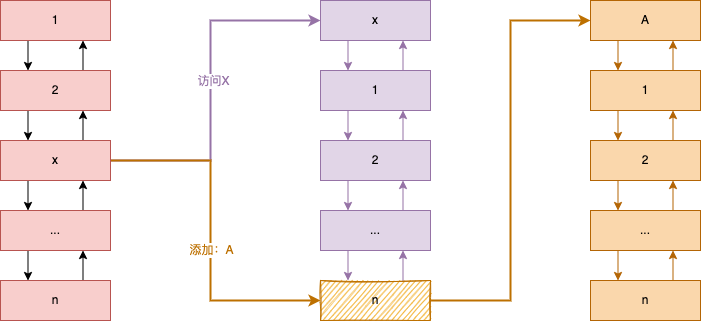
Above: LRU.png in 845642761/diagram (draw.io), before the change. Source tidied: cells renumbered, new cells last; positions are measured from the earlier drawing's top-left corner, leaving out a move shared by most shapes.
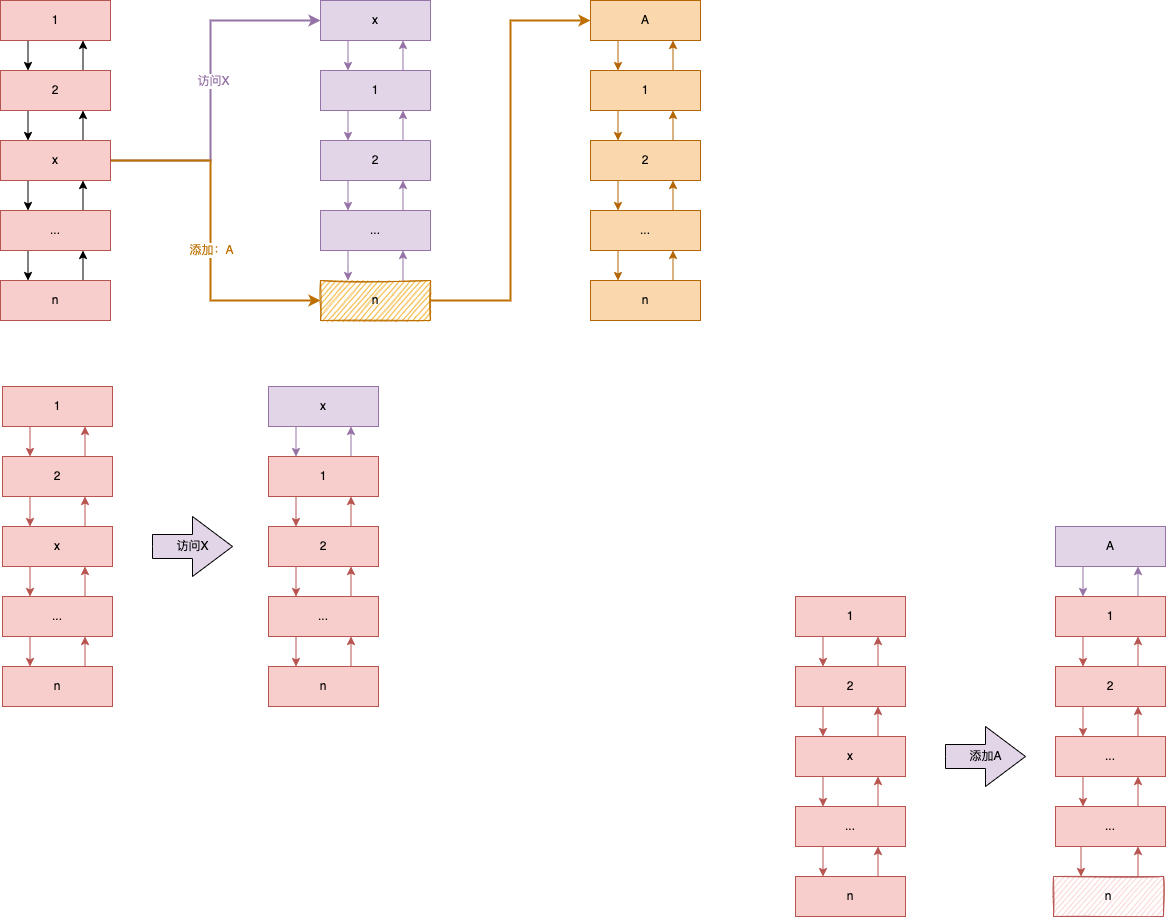
Above is the later version.

The edit, as a diff of the source:
```diff
@@ -1,4 +1,4 @@
-<mxGraphModel>
+<mxGraphModel background="#ffffff">
   <root>
     <mxCell id="0" />
     <mxCell id="1" parent="0" />
@@ -146,5 +146,176 @@
     <mxCell id="45" value="1" style="rounded=0;whiteSpace=wrap;html=1;fillColor=#fad7ac;strokeColor=#b46504;" parent="1" vertex="1">
       <mxGeometry x="590" y="70" width="110" height="40" as="geometry" />
     </mxCell>
+    <mxCell id="46" style="edgeStyle=orthogonalEdgeStyle;rounded=0;jettySize=auto;html=1;exitX=0.25;exitY=1;exitDx=0;exitDy=0;entryX=0.25;entryY=0;entryDx=0;entryDy=0;fillColor=#f8cecc;strokeColor=#b85450;" parent="1" edge="1" source="47" target="58">
+      <mxGeometry relative="1" as="geometry" />
+    </mxCell>
+    <mxCell id="47" value="1" style="rounded=0;whiteSpace=wrap;html=1;fillColor=#f8cecc;strokeColor=#b85450;sketch=0;" parent="1" vertex="1">
+      <mxGeometry x="2" y="386" width="110" height="40" as="geometry" />
+    </mxCell>
+    <mxCell id="48" style="edgeStyle=orthogonalEdgeStyle;rounded=0;jettySize=auto;html=1;exitX=0.75;exitY=0;exitDx=0;exitDy=0;entryX=0.75;entryY=1;entryDx=0;entryDy=0;fillColor=#f8cecc;strokeColor=#b85450;" parent="1" edge="1" source="49" target="52">
+      <mxGeometry relative="1" as="geometry" />
+    </mxCell>
+    <mxCell id="49" value="n" style="rounded=0;whiteSpace=wrap;html=1;fillColor=#f8cecc;strokeColor=#b85450;sketch=0;" parent="1" vertex="1">
+      <mxGeometry x="2" y="666" width="110" height="40" as="geometry" />
+    </mxCell>
+    <mxCell id="50" style="edgeStyle=orthogonalEdgeStyle;rounded=0;jettySize=auto;html=1;exitX=0.75;exitY=0;exitDx=0;exitDy=0;entryX=0.75;entryY=1;entryDx=0;entryDy=0;fillColor=#f8cecc;strokeColor=#b85450;" parent="1" edge="1" source="52" target="55">
+      <mxGeometry relative="1" as="geometry" />
+    </mxCell>
+    <mxCell id="51" style="edgeStyle=orthogonalEdgeStyle;rounded=0;jettySize=auto;html=1;exitX=0.25;exitY=1;exitDx=0;exitDy=0;entryX=0.25;entryY=0;entryDx=0;entryDy=0;fillColor=#f8cecc;strokeColor=#b85450;" parent="1" edge="1" source="52" target="49">
+      <mxGeometry relative="1" as="geometry" />
+    </mxCell>
+    <mxCell id="52" value="..." style="rounded=0;whiteSpace=wrap;html=1;fillColor=#f8cecc;strokeColor=#b85450;" parent="1" vertex="1">
+      <mxGeometry x="2" y="596" width="110" height="40" as="geometry" />
+    </mxCell>
+    <mxCell id="53" style="edgeStyle=orthogonalEdgeStyle;rounded=0;jettySize=auto;html=1;exitX=0.75;exitY=0;exitDx=0;exitDy=0;entryX=0.75;entryY=1;entryDx=0;entryDy=0;fillColor=#f8cecc;strokeColor=#b85450;" parent="1" edge="1" source="55" target="58">
+      <mxGeometry relative="1" as="geometry" />
+    </mxCell>
+    <mxCell id="54" style="edgeStyle=orthogonalEdgeStyle;rounded=0;jettySize=auto;html=1;exitX=0.25;exitY=1;exitDx=0;exitDy=0;entryX=0.25;entryY=0;entryDx=0;entryDy=0;fillColor=#f8cecc;strokeColor=#b85450;" parent="1" edge="1" source="55" target="52">
+      <mxGeometry relative="1" as="geometry" />
+    </mxCell>
+    <mxCell id="55" value="x" style="rounded=0;whiteSpace=wrap;html=1;fillColor=#f8cecc;strokeColor=#b85450;" parent="1" vertex="1">
+      <mxGeometry x="2" y="526" width="110" height="40" as="geometry" />
+    </mxCell>
+    <mxCell id="56" style="edgeStyle=orthogonalEdgeStyle;rounded=0;jettySize=auto;html=1;exitX=0.75;exitY=0;exitDx=0;exitDy=0;entryX=0.75;entryY=1;entryDx=0;entryDy=0;fillColor=#f8cecc;strokeColor=#b85450;" parent="1" edge="1" source="58" target="47">
+      <mxGeometry relative="1" as="geometry" />
+    </mxCell>
+    <mxCell id="57" style="edgeStyle=orthogonalEdgeStyle;rounded=0;jettySize=auto;html=1;exitX=0.25;exitY=1;exitDx=0;exitDy=0;entryX=0.25;entryY=0;entryDx=0;entryDy=0;fillColor=#f8cecc;strokeColor=#b85450;" parent="1" edge="1" source="58" target="55">
+      <mxGeometry relative="1" as="geometry" />
+    </mxCell>
+    <mxCell id="58" value="2" style="rounded=0;whiteSpace=wrap;html=1;fillColor=#f8cecc;strokeColor=#b85450;" parent="1" vertex="1">
+      <mxGeometry x="2" y="456" width="110" height="40" as="geometry" />
+    </mxCell>
+    <mxCell id="59" style="edgeStyle=orthogonalEdgeStyle;rounded=0;jettySize=auto;html=1;exitX=0.25;exitY=1;exitDx=0;exitDy=0;entryX=0.25;entryY=0;entryDx=0;entryDy=0;fillColor=#e1d5e7;strokeColor=#9673a6;" parent="1" edge="1" source="60" target="71">
+      <mxGeometry relative="1" as="geometry" />
+    </mxCell>
+    <mxCell id="60" value="x" style="rounded=0;whiteSpace=wrap;html=1;fillColor=#e1d5e7;strokeColor=#9673a6;" parent="1" vertex="1">
+      <mxGeometry x="268" y="386" width="110" height="40" as="geometry" />
+    </mxCell>
+    <mxCell id="61" style="edgeStyle=orthogonalEdgeStyle;rounded=0;jettySize=auto;html=1;exitX=0.75;exitY=0;exitDx=0;exitDy=0;entryX=0.75;entryY=1;entryDx=0;entryDy=0;fillColor=#f8cecc;strokeColor=#b85450;" parent="1" edge="1" source="62" target="65">
+      <mxGeometry relative="1" as="geometry" />
+    </mxCell>
+    <mxCell id="62" value="n" style="rounded=0;whiteSpace=wrap;html=1;fillColor=#f8cecc;strokeColor=#b85450;shadow=0;sketch=0;" parent="1" vertex="1">
+      <mxGeometry x="268" y="666" width="110" height="40" as="geometry" />
+    </mxCell>
+    <mxCell id="63" style="edgeStyle=orthogonalEdgeStyle;rounded=0;jettySize=auto;html=1;exitX=0.75;exitY=0;exitDx=0;exitDy=0;entryX=0.75;entryY=1;entryDx=0;entryDy=0;fillColor=#f8cecc;strokeColor=#b85450;" parent="1" edge="1" source="65" target="68">
+      <mxGeometry relative="1" as="geometry" />
+    </mxCell>
+    <mxCell id="64" style="edgeStyle=orthogonalEdgeStyle;rounded=0;jettySize=auto;html=1;exitX=0.25;exitY=1;exitDx=0;exitDy=0;entryX=0.25;entryY=0;entryDx=0;entryDy=0;fillColor=#f8cecc;strokeColor=#b85450;" parent="1" edge="1" source="65" target="62">
+      <mxGeometry relative="1" as="geometry" />
+    </mxCell>
+    <mxCell id="65" value="..." style="rounded=0;whiteSpace=wrap;html=1;fillColor=#f8cecc;strokeColor=#b85450;" parent="1" vertex="1">
+      <mxGeometry x="268" y="596" width="110" height="40" as="geometry" />
+    </mxCell>
+    <mxCell id="66" style="edgeStyle=orthogonalEdgeStyle;rounded=0;jettySize=auto;html=1;exitX=0.75;exitY=0;exitDx=0;exitDy=0;entryX=0.75;entryY=1;entryDx=0;entryDy=0;fillColor=#f8cecc;strokeColor=#b85450;" parent="1" edge="1" source="68" target="71">
+      <mxGeometry relative="1" as="geometry" />
+    </mxCell>
+    <mxCell id="67" style="edgeStyle=orthogonalEdgeStyle;rounded=0;jettySize=auto;html=1;exitX=0.25;exitY=1;exitDx=0;exitDy=0;entryX=0.25;entryY=0;entryDx=0;entryDy=0;fillColor=#f8cecc;strokeColor=#b85450;" parent="1" edge="1" source="68" target="65">
+      <mxGeometry relative="1" as="geometry" />
+    </mxCell>
+    <mxCell id="68" value="2" style="rounded=0;whiteSpace=wrap;html=1;fillColor=#f8cecc;strokeColor=#b85450;" parent="1" vertex="1">
+      <mxGeometry x="268" y="526" width="110" height="40" as="geometry" />
+    </mxCell>
+    <mxCell id="69" style="edgeStyle=orthogonalEdgeStyle;rounded=0;jettySize=auto;html=1;exitX=0.75;exitY=0;exitDx=0;exitDy=0;entryX=0.75;entryY=1;entryDx=0;entryDy=0;fillColor=#e1d5e7;strokeColor=#9673a6;" parent="1" edge="1" source="71" target="60">
+      <mxGeometry relative="1" as="geometry" />
+    </mxCell>
+    <mxCell id="70" style="edgeStyle=orthogonalEdgeStyle;rounded=0;jettySize=auto;html=1;exitX=0.25;exitY=1;exitDx=0;exitDy=0;entryX=0.25;entryY=0;entryDx=0;entryDy=0;fillColor=#f8cecc;strokeColor=#b85450;" parent="1" edge="1" source="71" target="68">
+      <mxGeometry relative="1" as="geometry" />
+    </mxCell>
+    <mxCell id="71" value="1" style="rounded=0;whiteSpace=wrap;html=1;fillColor=#f8cecc;strokeColor=#b85450;" parent="1" vertex="1">
+      <mxGeometry x="268" y="456" width="110" height="40" as="geometry" />
+    </mxCell>
+    <mxCell id="72" value="访问X" style="html=1;shadow=0;dashed=0;align=center;verticalAlign=middle;shape=mxgraph.arrows2.arrow;dy=0.6;dx=40;notch=0;sketch=0;fillColor=#E1D5E7;" parent="1" vertex="1">
+      <mxGeometry x="152" y="516" width="80" height="60" as="geometry" />
+    </mxCell>
+    <mxCell id="73" style="edgeStyle=orthogonalEdgeStyle;rounded=0;jettySize=auto;html=1;exitX=0.25;exitY=1;exitDx=0;exitDy=0;entryX=0.25;entryY=0;entryDx=0;entryDy=0;fillColor=#f8cecc;strokeColor=#b85450;" parent="1" edge="1" source="74" target="85">
+      <mxGeometry relative="1" as="geometry" />
+    </mxCell>
+    <mxCell id="74" value="1" style="rounded=0;whiteSpace=wrap;html=1;fillColor=#f8cecc;strokeColor=#b85450;sketch=0;" parent="1" vertex="1">
+      <mxGeometry x="795" y="596" width="110" height="40" as="geometry" />
+    </mxCell>
+    <mxCell id="75" style="edgeStyle=orthogonalEdgeStyle;rounded=0;jettySize=auto;html=1;exitX=0.75;exitY=0;exitDx=0;exitDy=0;entryX=0.75;entryY=1;entryDx=0;entryDy=0;fillColor=#f8cecc;strokeColor=#b85450;" parent="1" edge="1" source="76" target="79">
+      <mxGeometry relative="1" as="geometry" />
+    </mxCell>
+    <mxCell id="76" value="n" style="rounded=0;whiteSpace=wrap;html=1;fillColor=#f8cecc;strokeColor=#b85450;sketch=0;" parent="1" vertex="1">
+      <mxGeometry x="795" y="876" width="110" height="40" as="geometry" />
+    </mxCell>
+    <mxCell id="77" style="edgeStyle=orthogonalEdgeStyle;rounded=0;jettySize=auto;html=1;exitX=0.75;exitY=0;exitDx=0;exitDy=0;entryX=0.75;entryY=1;entryDx=0;entryDy=0;fillColor=#f8cecc;strokeColor=#b85450;" parent="1" edge="1" source="79" target="82">
+      <mxGeometry relative="1" as="geometry" />
+    </mxCell>
+    <mxCell id="78" style="edgeStyle=orthogonalEdgeStyle;rounded=0;jettySize=auto;html=1;exitX=0.25;exitY=1;exitDx=0;exitDy=0;entryX=0.25;entryY=0;entryDx=0;entryDy=0;fillColor=#f8cecc;strokeColor=#b85450;" parent="1" edge="1" source="79" target="76">
+      <mxGeometry relative="1" as="geometry" />
+    </mxCell>
+    <mxCell id="79" value="..." style="rounded=0;whiteSpace=wrap;html=1;fillColor=#f8cecc;strokeColor=#b85450;" parent="1" vertex="1">
+      <mxGeometry x="795" y="806" width="110" height="40" as="geometry" />
+    </mxCell>
+    <mxCell id="80" style="edgeStyle=orthogonalEdgeStyle;rounded=0;jettySize=auto;html=1;exitX=0.75;exitY=0;exitDx=0;exitDy=0;entryX=0.75;entryY=1;entryDx=0;entryDy=0;fillColor=#f8cecc;strokeColor=#b85450;" parent="1" edge="1" source="82" target="85">
+      <mxGeometry relative="1" as="geometry" />
+    </mxCell>
+    <mxCell id="81" style="edgeStyle=orthogonalEdgeStyle;rounded=0;jettySize=auto;html=1;exitX=0.25;exitY=1;exitDx=0;exitDy=0;entryX=0.25;entryY=0;entryDx=0;entryDy=0;fillColor=#f8cecc;strokeColor=#b85450;" parent="1" edge="1" source="82" target="79">
+      <mxGeometry relative="1" as="geometry" />
+    </mxCell>
+    <mxCell id="82" value="x" style="rounded=0;whiteSpace=wrap;html=1;fillColor=#f8cecc;strokeColor=#b85450;" parent="1" vertex="1">
+      <mxGeometry x="795" y="736" width="110" height="40" as="geometry" />
+    </mxCell>
+    <mxCell id="83" style="edgeStyle=orthogonalEdgeStyle;rounded=0;jettySize=auto;html=1;exitX=0.75;exitY=0;exitDx=0;exitDy=0;entryX=0.75;entryY=1;entryDx=0;entryDy=0;fillColor=#f8cecc;strokeColor=#b85450;" parent="1" edge="1" source="85" target="74">
+      <mxGeometry relative="1" as="geometry" />
+    </mxCell>
+    <mxCell id="84" style="edgeStyle=orthogonalEdgeStyle;rounded=0;jettySize=auto;html=1;exitX=0.25;exitY=1;exitDx=0;exitDy=0;entryX=0.25;entryY=0;entryDx=0;entryDy=0;fillColor=#f8cecc;strokeColor=#b85450;" parent="1" edge="1" source="85" target="82">
+      <mxGeometry relative="1" as="geometry" />
+    </mxCell>
+    <mxCell id="85" value="2" style="rounded=0;whiteSpace=wrap;html=1;fillColor=#f8cecc;strokeColor=#b85450;" parent="1" vertex="1">
+      <mxGeometry x="795" y="666" width="110" height="40" as="geometry" />
+    </mxCell>
+    <mxCell id="86" style="edgeStyle=orthogonalEdgeStyle;rounded=0;jettySize=auto;html=1;exitX=0.25;exitY=1;exitDx=0;exitDy=0;entryX=0.25;entryY=0;entryDx=0;entryDy=0;fillColor=#e1d5e7;strokeColor=#9673a6;" parent="1" edge="1" source="87" target="99">
+      <mxGeometry relative="1" as="geometry" />
+    </mxCell>
+    <mxCell id="87" value="A" style="rounded=0;whiteSpace=wrap;html=1;fillColor=#e1d5e7;strokeColor=#9673a6;" parent="1" vertex="1">
+      <mxGeometry x="1055" y="526" width="110" height="40" as="geometry" />
+    </mxCell>
+    <mxCell id="88" style="edgeStyle=orthogonalEdgeStyle;rounded=0;jettySize=auto;html=1;exitX=0.75;exitY=0;exitDx=0;exitDy=0;entryX=0.75;entryY=1;entryDx=0;entryDy=0;fillColor=#f8cecc;strokeColor=#b85450;" parent="1" edge="1" source="90" target="93">
+      <mxGeometry relative="1" as="geometry" />
+    </mxCell>
+    <mxCell id="89" style="edgeStyle=orthogonalEdgeStyle;rounded=0;jettySize=auto;html=1;exitX=0.25;exitY=1;exitDx=0;exitDy=0;entryX=0.25;entryY=0;entryDx=0;entryDy=0;strokeWidth=1;strokeColor=#b85450;fillColor=#f8cecc;" parent="1" edge="1" source="90" target="102">
+      <mxGeometry relative="1" as="geometry" />
+    </mxCell>
+    <mxCell id="90" value="..." style="rounded=0;whiteSpace=wrap;html=1;fillColor=#f8cecc;strokeColor=#b85450;shadow=0;sketch=0;" parent="1" vertex="1">
+      <mxGeometry x="1055" y="806" width="110" height="40" as="geometry" />
+    </mxCell>
+    <mxCell id="91" style="edgeStyle=orthogonalEdgeStyle;rounded=0;jettySize=auto;html=1;exitX=0.75;exitY=0;exitDx=0;exitDy=0;entryX=0.75;entryY=1;entryDx=0;entryDy=0;fillColor=#f8cecc;strokeColor=#b85450;" parent="1" edge="1" source="93" target="96">
+      <mxGeometry relative="1" as="geometry" />
+    </mxCell>
+    <mxCell id="92" style="edgeStyle=orthogonalEdgeStyle;rounded=0;jettySize=auto;html=1;exitX=0.25;exitY=1;exitDx=0;exitDy=0;entryX=0.25;entryY=0;entryDx=0;entryDy=0;fillColor=#f8cecc;strokeColor=#b85450;" parent="1" edge="1" source="93" target="90">
+      <mxGeometry relative="1" as="geometry" />
+    </mxCell>
+    <mxCell id="93" value="..." style="rounded=0;whiteSpace=wrap;html=1;fillColor=#f8cecc;strokeColor=#b85450;" parent="1" vertex="1">
+      <mxGeometry x="1055" y="736" width="110" height="40" as="geometry" />
+    </mxCell>
+    <mxCell id="94" style="edgeStyle=orthogonalEdgeStyle;rounded=0;jettySize=auto;html=1;exitX=0.75;exitY=0;exitDx=0;exitDy=0;entryX=0.75;entryY=1;entryDx=0;entryDy=0;fillColor=#f8cecc;strokeColor=#b85450;" parent="1" edge="1" source="96" target="99">
+      <mxGeometry relative="1" as="geometry" />
+    </mxCell>
+    <mxCell id="95" style="edgeStyle=orthogonalEdgeStyle;rounded=0;jettySize=auto;html=1;exitX=0.25;exitY=1;exitDx=0;exitDy=0;entryX=0.25;entryY=0;entryDx=0;entryDy=0;fillColor=#f8cecc;strokeColor=#b85450;" parent="1" edge="1" source="96" target="93">
+      <mxGeometry relative="1" as="geometry" />
+    </mxCell>
+    <mxCell id="96" value="2" style="rounded=0;whiteSpace=wrap;html=1;fillColor=#f8cecc;strokeColor=#b85450;" parent="1" vertex="1">
+      <mxGeometry x="1055" y="666" width="110" height="40" as="geometry" />
+    </mxCell>
+    <mxCell id="97" style="edgeStyle=orthogonalEdgeStyle;rounded=0;jettySize=auto;html=1;exitX=0.75;exitY=0;exitDx=0;exitDy=0;entryX=0.75;entryY=1;entryDx=0;entryDy=0;fillColor=#e1d5e7;strokeColor=#9673a6;" parent="1" edge="1" source="99" target="87">
+      <mxGeometry relative="1" as="geometry" />
+    </mxCell>
+    <mxCell id="98" style="edgeStyle=orthogonalEdgeStyle;rounded=0;jettySize=auto;html=1;exitX=0.25;exitY=1;exitDx=0;exitDy=0;entryX=0.25;entryY=0;entryDx=0;entryDy=0;fillColor=#f8cecc;strokeColor=#b85450;" parent="1" edge="1" source="99" target="96">
+      <mxGeometry relative="1" as="geometry" />
+    </mxCell>
+    <mxCell id="99" value="1" style="rounded=0;whiteSpace=wrap;html=1;fillColor=#f8cecc;strokeColor=#b85450;" parent="1" vertex="1">
+      <mxGeometry x="1055" y="596" width="110" height="40" as="geometry" />
+    </mxCell>
+    <mxCell id="100" value="添加A" style="html=1;shadow=0;dashed=0;align=center;verticalAlign=middle;shape=mxgraph.arrows2.arrow;dy=0.6;dx=40;notch=0;sketch=0;fillColor=#E1D5E7;" parent="1" vertex="1">
+      <mxGeometry x="945" y="726" width="80" height="60" as="geometry" />
+    </mxCell>
+    <mxCell id="101" style="edgeStyle=orthogonalEdgeStyle;rounded=0;jettySize=auto;html=1;exitX=0.75;exitY=0;exitDx=0;exitDy=0;entryX=0.75;entryY=1;entryDx=0;entryDy=0;strokeWidth=1;strokeColor=#b85450;fillColor=#f8cecc;" parent="1" edge="1" source="102" target="90">
+      <mxGeometry relative="1" as="geometry" />
+    </mxCell>
+    <mxCell id="102" value="n" style="rounded=0;whiteSpace=wrap;html=1;fillColor=#f8cecc;strokeColor=#b85450;shadow=0;sketch=1;" parent="1" vertex="1">
+      <mxGeometry x="1053" y="876" width="110" height="40" as="geometry" />
+    </mxCell>
   </root>
 </mxGraphModel>
```
